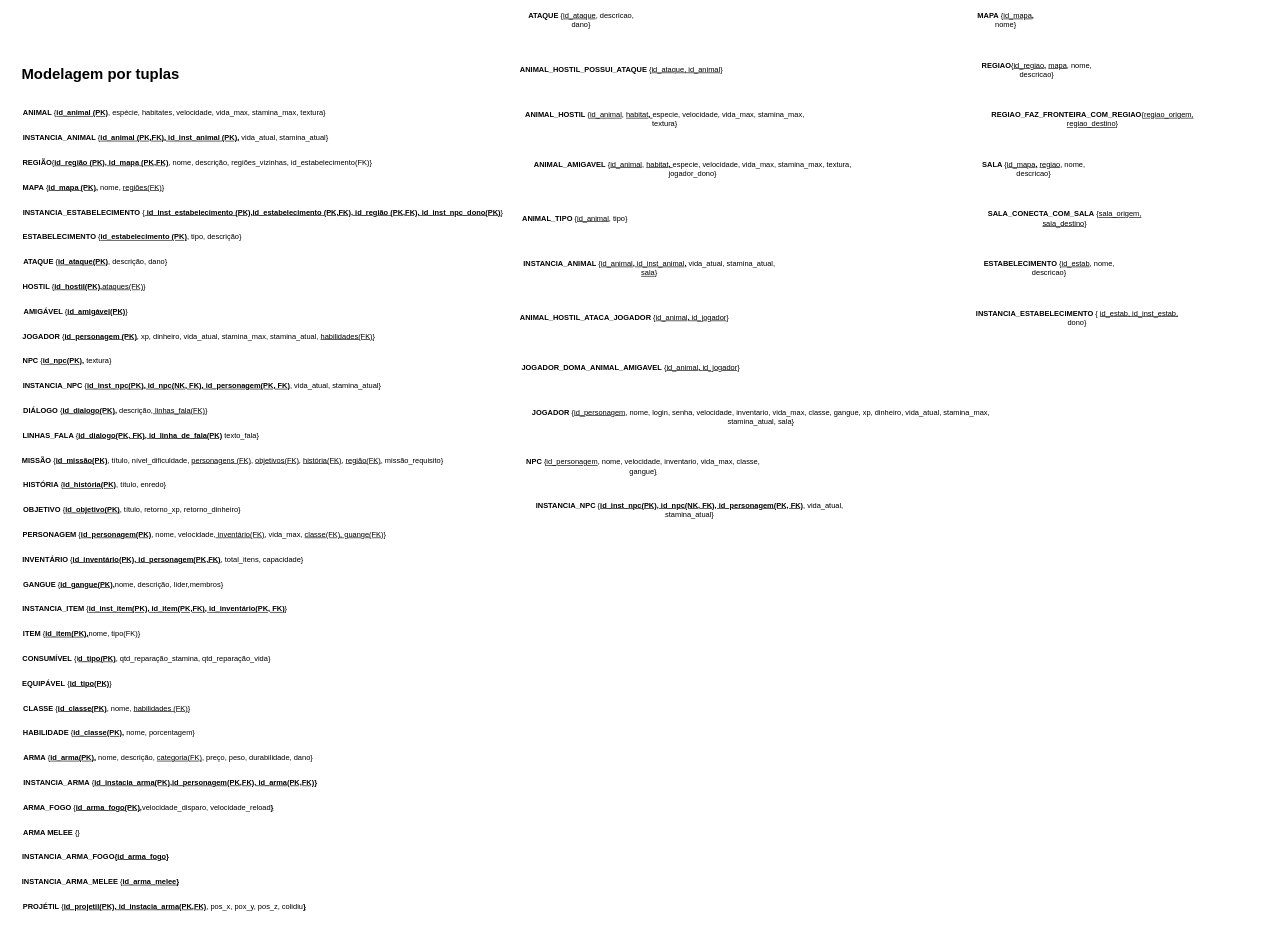
Above: entregas/entrega1/MREL/MREL_tuplas.drawio in SBD1/2024.1-Red_Dead_Redemption2 (draw.io), before the change. Source tidied: cells renumbered, new cells numbered last; positions are measured from the earlier drawing's top-left corner, leaving out a move shared by most shapes. Both pictures are drawn from the tidied source at 62%, with x=0, y=0 at pixel (11, 11).
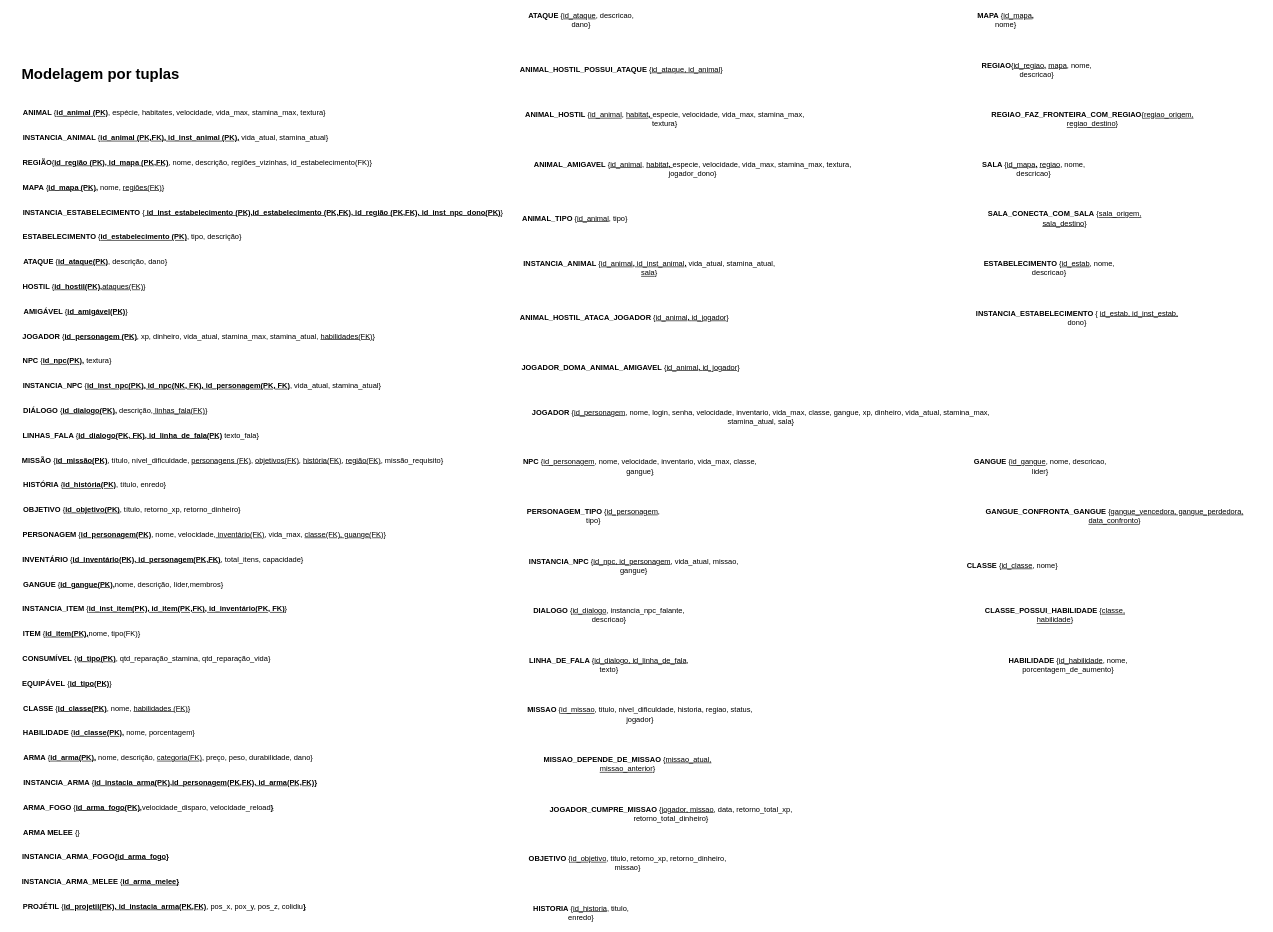
The same page after the edit.

Change to the diagram source:
```diff
@@
-    <mxCell id="51" value="&lt;b&gt;INSTANCIA_NPC&lt;/b&gt; {&lt;u&gt;&lt;b&gt;id_inst_npc(PK), id_npc(NK, FK), id_personagem(PK, FK)&lt;/b&gt;&lt;/u&gt;, vida_atual, stamina_atual}" style="text;align=center;verticalAlign=middle;whiteSpace=wrap;rounded=0;html=1;" parent="1" vertex="1">
-      <mxGeometry x="820" y="790" width="550" height="30" as="geometry" />
+    <mxCell id="51" value="&lt;b&gt;INSTANCIA_NPC&lt;/b&gt; {&lt;u&gt;id_npc, id_personagem&lt;/u&gt;, vida_atual, missao, gangue}" style="text;align=center;verticalAlign=middle;whiteSpace=wrap;rounded=0;html=1;" parent="1" vertex="1">
+      <mxGeometry x="820" y="880" width="370" height="30" as="geometry" />
     </mxCell>
@@
     <mxCell id="53" value="&lt;div style=&quot;text-align: center;&quot;&gt;&lt;span style=&quot;background-color: initial; text-align: start;&quot;&gt;&lt;b&gt;NPC&lt;/b&gt;&lt;/span&gt;&lt;span style=&quot;background-color: initial;&quot;&gt;&amp;nbsp;{&lt;u&gt;id_personagem&lt;/u&gt;, nome, velocidade, inventario, vida_max, classe, gangue&lt;u&gt;}&lt;/u&gt;&lt;/span&gt;&lt;/div&gt;" style="text;align=center;verticalAlign=middle;whiteSpace=wrap;rounded=0;html=1;" parent="1" vertex="1">
-      <mxGeometry x="820" y="720" width="400" height="30" as="geometry" />
+      <mxGeometry x="820" y="720" width="390" height="30" as="geometry" />
     </mxCell>
+    <mxCell id="54" value="&lt;div style=&quot;text-align: center;&quot;&gt;&lt;span style=&quot;background-color: initial; text-align: start;&quot;&gt;&lt;b&gt;PERSONAGEM_TIPO&lt;/b&gt;&lt;/span&gt;&lt;span style=&quot;background-color: initial;&quot;&gt;&amp;nbsp;{&lt;u&gt;id_personagem&lt;/u&gt;, tipo}&lt;/span&gt;&lt;/div&gt;" style="text;align=center;verticalAlign=middle;whiteSpace=wrap;rounded=0;html=1;" parent="1" vertex="1">
+      <mxGeometry x="820" y="800" width="240" height="30" as="geometry" />
+    </mxCell>
+    <mxCell id="55" value="&lt;b&gt;DIALOGO&lt;/b&gt;&amp;nbsp;{&lt;u&gt;id_dialogo&lt;/u&gt;, instancia_npc_falante, descricao}" style="text;align=center;verticalAlign=middle;whiteSpace=wrap;rounded=0;html=1;" parent="1" vertex="1">
+      <mxGeometry x="820" y="960" width="290" height="30" as="geometry" />
+    </mxCell>
+    <mxCell id="56" value="&lt;b&gt;LINHA_DE_FALA&lt;/b&gt;&amp;nbsp;{&lt;u&gt;id_dialogo, id_linha_de_fala&lt;/u&gt;, texto}" style="text;align=center;verticalAlign=middle;whiteSpace=wrap;rounded=0;html=1;" parent="1" vertex="1">
+      <mxGeometry x="820" y="1040" width="290" height="30" as="geometry" />
+    </mxCell>
+    <mxCell id="57" value="&lt;b&gt;MISSAO&lt;/b&gt;&amp;nbsp;{&lt;u&gt;id_missao&lt;/u&gt;, titulo, nivel_dificuldade, historia, regiao, status, jogador}" style="text;align=center;verticalAlign=middle;whiteSpace=wrap;rounded=0;html=1;" parent="1" vertex="1">
+      <mxGeometry x="820" y="1120" width="390" height="30" as="geometry" />
+    </mxCell>
+    <mxCell id="58" value="&lt;div style=&quot;text-align: center;&quot;&gt;&lt;span style=&quot;background-color: initial; text-align: start;&quot;&gt;&lt;b&gt;HISTORIA&lt;/b&gt;&lt;/span&gt;&lt;span style=&quot;background-color: initial;&quot;&gt;&amp;nbsp;{&lt;u&gt;id_historia&lt;/u&gt;, titulo, enredo}&lt;/span&gt;&lt;/div&gt;" style="text;align=center;verticalAlign=middle;whiteSpace=wrap;rounded=0;html=1;" parent="1" vertex="1">
+      <mxGeometry x="820" y="1440" width="200" height="30" as="geometry" />
+    </mxCell>
+    <mxCell id="59" value="&lt;div style=&quot;text-align: center;&quot;&gt;&lt;span style=&quot;background-color: initial; text-align: start;&quot;&gt;&lt;b&gt;OBJETIVO&lt;/b&gt;&lt;/span&gt;&lt;span style=&quot;background-color: initial;&quot;&gt;&amp;nbsp;{&lt;u&gt;id_objetivo&lt;/u&gt;, titulo,&amp;nbsp;retorno_xp, retorno_dinheiro, missao}&lt;/span&gt;&lt;/div&gt;" style="text;align=center;verticalAlign=middle;whiteSpace=wrap;rounded=0;html=1;" parent="1" vertex="1">
+      <mxGeometry x="820" y="1360" width="350" height="30" as="geometry" />
+    </mxCell>
+    <mxCell id="60" value="&lt;b&gt;MISSAO_DEPENDE_DE_MISSAO&lt;/b&gt;&amp;nbsp;{&lt;u&gt;missao_atual, missao_anterior&lt;/u&gt;}" style="text;align=center;verticalAlign=middle;whiteSpace=wrap;rounded=0;html=1;" parent="1" vertex="1">
+      <mxGeometry x="820" y="1200" width="350" height="30" as="geometry" />
+    </mxCell>
+    <mxCell id="61" value="&lt;b&gt;JOGADOR_CUMPRE_MISSAO&lt;/b&gt;&amp;nbsp;{&lt;u&gt;jogador,&amp;nbsp;missao&lt;/u&gt;, data, retorno_total_xp, retorno_total_dinheiro}" style="text;align=center;verticalAlign=middle;whiteSpace=wrap;rounded=0;html=1;" parent="1" vertex="1">
+      <mxGeometry x="820" y="1280" width="490" height="30" as="geometry" />
+    </mxCell>
+    <mxCell id="62" value="&lt;div style=&quot;text-align: center;&quot;&gt;&lt;span style=&quot;background-color: initial; text-align: start;&quot;&gt;&lt;b&gt;GANGUE&lt;/b&gt;&lt;/span&gt;&lt;span style=&quot;background-color: initial;&quot;&gt;&amp;nbsp;{&lt;u&gt;id_gangue&lt;/u&gt;, nome, descricao, lider}&lt;/span&gt;&lt;/div&gt;" style="text;align=center;verticalAlign=middle;whiteSpace=wrap;rounded=0;html=1;" parent="1" vertex="1">
+      <mxGeometry x="1541" y="720" width="239" height="30" as="geometry" />
+    </mxCell>
+    <mxCell id="63" value="&lt;b&gt;CLASSE&lt;/b&gt; {&lt;u&gt;id_classe&lt;/u&gt;, nome}" style="text;align=center;verticalAlign=middle;whiteSpace=wrap;rounded=0;html=1;" parent="1" vertex="1">
+      <mxGeometry x="1541" y="880" width="149" height="30" as="geometry" />
+    </mxCell>
+    <mxCell id="64" value="&lt;b&gt;HABILIDADE&lt;/b&gt;&amp;nbsp;{&lt;u&gt;id_habilidade&lt;/u&gt;, nome, porcentagem_de_aumento}" style="text;align=center;verticalAlign=middle;whiteSpace=wrap;rounded=0;html=1;" parent="1" vertex="1">
+      <mxGeometry x="1541" y="1040" width="329" height="30" as="geometry" />
+    </mxCell>
+    <mxCell id="65" value="&lt;b&gt;CLASSE_POSSUI_HABILIDADE&lt;/b&gt;&amp;nbsp;{&lt;u&gt;classe, habilidade&lt;/u&gt;}" style="text;align=center;verticalAlign=middle;whiteSpace=wrap;rounded=0;html=1;" parent="1" vertex="1">
+      <mxGeometry x="1540" y="960" width="289" height="30" as="geometry" />
+    </mxCell>
+    <mxCell id="66" value="&lt;div style=&quot;text-align: center;&quot;&gt;&lt;span style=&quot;background-color: initial; text-align: start;&quot;&gt;&lt;b&gt;GANGUE_CONFRONTA_GANGUE&lt;/b&gt;&lt;/span&gt;&lt;span style=&quot;background-color: initial;&quot;&gt;&amp;nbsp;{&lt;u&gt;gangue_vencedora, gangue_perdedora, data_confronto&lt;/u&gt;}&lt;/span&gt;&lt;/div&gt;" style="text;align=center;verticalAlign=middle;whiteSpace=wrap;rounded=0;html=1;" parent="1" vertex="1">
+      <mxGeometry x="1541" y="800" width="479" height="30" as="geometry" />
+    </mxCell>
```
